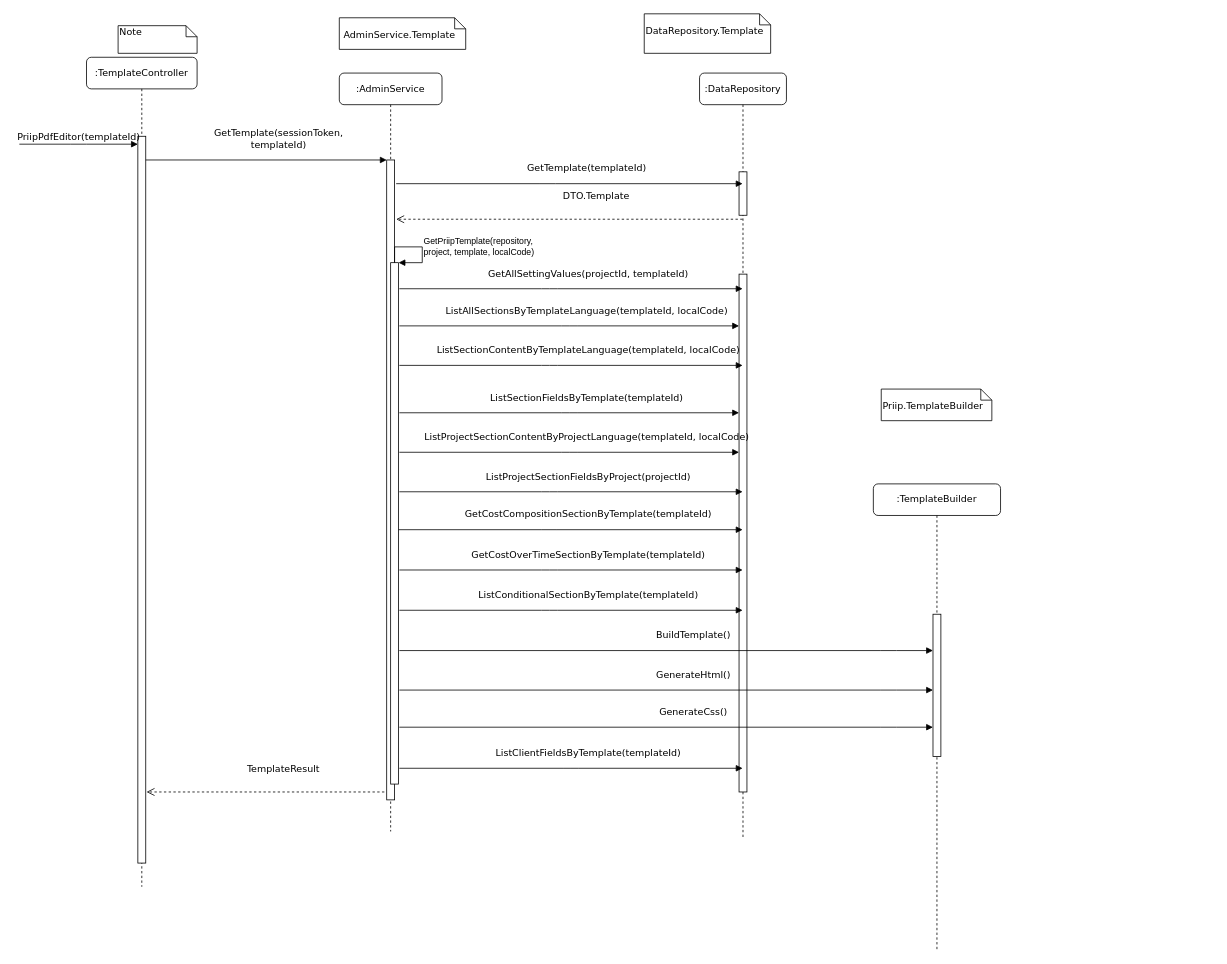
Earlier version of the draw.io diagram PriipTemplateEdit.drawio (Ajijulhoque/PlusDocDesigns). Source tidied: cells renumbered, new cells numbered last; positions are measured from the earlier drawing's top-left corner, leaving out a move shared by most shapes. Both pictures are drawn from the tidied source at 79%, with x=0, y=0 at pixel (19, 13).
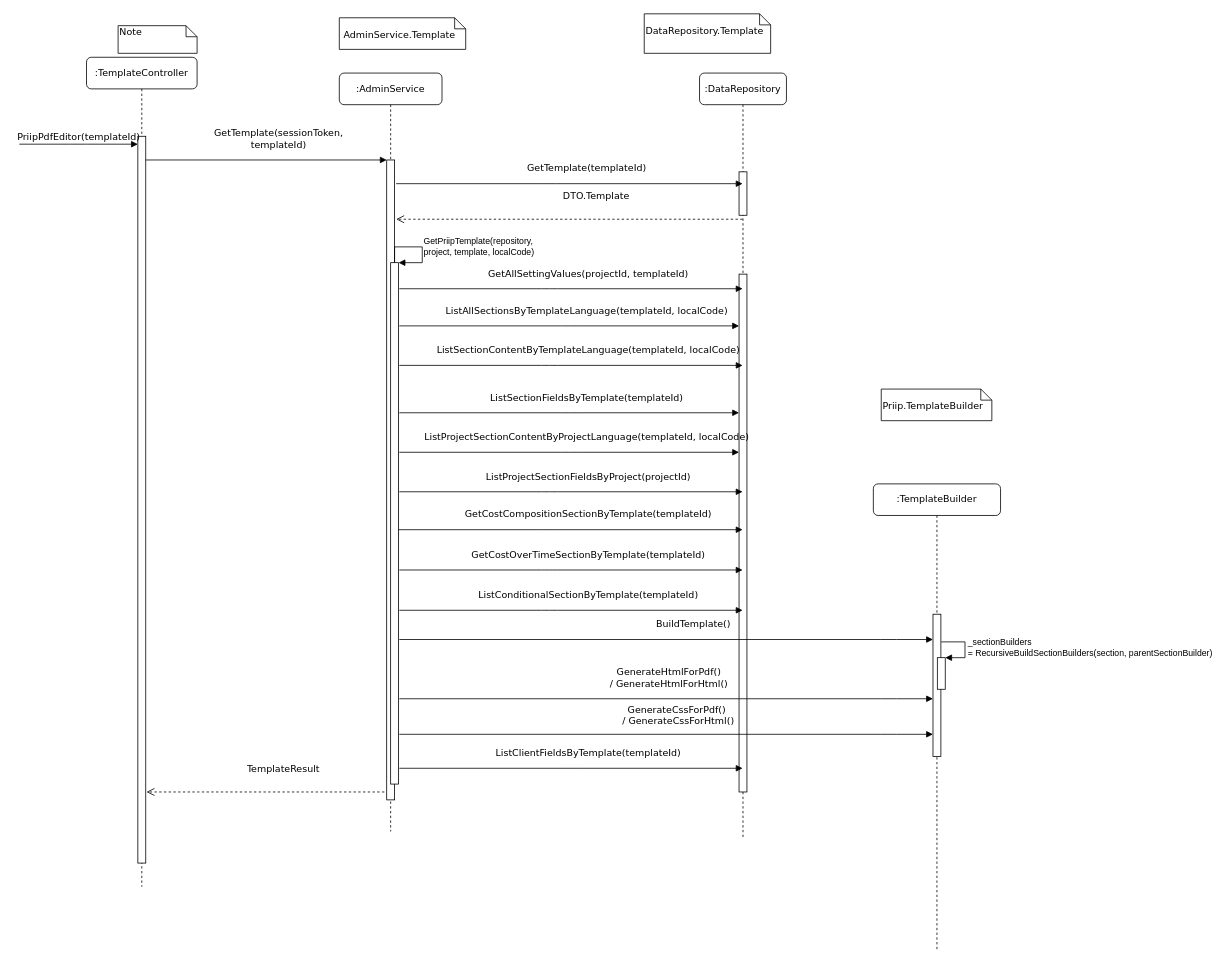
The same page after the edit.

Unchanged cells that the change refers to:
```xml
<mxCell id="12" value=":TemplateBuilder" style="shape=umlLifeline;perimeter=lifelinePerimeter;whiteSpace=wrap;html=1;rounded=1;shadow=0;comic=0;labelBackgroundColor=none;strokeWidth=1;fontFamily=Verdana;fontSize=12;align=center;" parent="1" vertex="1">
  <mxGeometry x="1081" y="595" width="161" height="590" as="geometry" />
</mxCell>
```

Change to the diagram source:
```diff
@@
     <mxCell id="14" value="BuildTemplate()&lt;br&gt;" style="html=1;verticalAlign=bottom;endArrow=block;labelBackgroundColor=none;fontFamily=Verdana;fontSize=12;edgeStyle=elbowEdgeStyle;elbow=vertical;" parent="12" edge="1">
       <mxGeometry x="0.1" y="10" relative="1" as="geometry">
-        <mxPoint x="-600" y="211" as="sourcePoint" />
-        <mxPoint x="75.5" y="211" as="targetPoint" />
+        <mxPoint x="-600" y="197" as="sourcePoint" />
+        <mxPoint x="75.5" y="197" as="targetPoint" />
         <Array as="points">
-          <mxPoint x="19.5" y="211" />
+          <mxPoint x="19.5" y="197" />
         </Array>
       </mxGeometry>
     </mxCell>
+    <mxCell id="35" style="html=1;points=[];perimeter=orthogonalPerimeter;" parent="12" vertex="1">
+      <mxGeometry x="81" y="220" width="10" height="40" as="geometry" />
+    </mxCell>
+    <mxCell id="36" value="_sectionBuilders &lt;br&gt;= RecursiveBuildSectionBuilders(section, parentSectionBuilder)" style="edgeStyle=orthogonalEdgeStyle;html=1;align=left;spacingLeft=2;endArrow=block;rounded=0;entryX=1;entryY=0;" parent="12" edge="1" target="35">
+      <mxGeometry relative="1" as="geometry">
+        <mxPoint x="86" y="200" as="sourcePoint" />
+        <Array as="points">
+          <mxPoint x="116" y="200" />
+        </Array>
+      </mxGeometry>
+    </mxCell>
@@
-    <mxCell id="31" value="GenerateHtml()" style="html=1;verticalAlign=bottom;endArrow=block;labelBackgroundColor=none;fontFamily=Verdana;fontSize=12;edgeStyle=elbowEdgeStyle;elbow=vertical;" parent="1" edge="1">
-      <mxGeometry x="0.1" y="10" relative="1" as="geometry">
-        <mxPoint x="481" y="856" as="sourcePoint" />
-        <mxPoint x="1156.5" y="856" as="targetPoint" />
+    <mxCell id="31" value="GenerateHtmlForPdf()&lt;br&gt;&amp;nbsp;/&amp;nbsp;GenerateHtmlForHtml()&amp;nbsp;" style="html=1;verticalAlign=bottom;endArrow=block;labelBackgroundColor=none;fontFamily=Verdana;fontSize=12;edgeStyle=elbowEdgeStyle;elbow=vertical;" parent="1" edge="1">
+      <mxGeometry x="0.01" y="10" relative="1" as="geometry">
+        <mxPoint x="481" y="867" as="sourcePoint" />
+        <mxPoint x="1156.5" y="867" as="targetPoint" />
         <Array as="points">
-          <mxPoint x="1100.5" y="856" />
+          <mxPoint x="1100.5" y="867" />
         </Array>
       </mxGeometry>
     </mxCell>
-    <mxCell id="32" value="GenerateCss()" style="html=1;verticalAlign=bottom;endArrow=block;labelBackgroundColor=none;fontFamily=Verdana;fontSize=12;edgeStyle=elbowEdgeStyle;elbow=vertical;" parent="1" edge="1">
-      <mxGeometry x="0.1" y="10" relative="1" as="geometry">
-        <mxPoint x="481" y="903" as="sourcePoint" />
-        <mxPoint x="1156.5" y="903" as="targetPoint" />
+    <mxCell id="32" value="GenerateCssForPdf()&lt;br&gt;&amp;nbsp;/&amp;nbsp;GenerateCssForHtml()" style="html=1;verticalAlign=bottom;endArrow=block;labelBackgroundColor=none;fontFamily=Verdana;fontSize=12;edgeStyle=elbowEdgeStyle;elbow=vertical;" parent="1" edge="1">
+      <mxGeometry x="0.04" y="7" relative="1" as="geometry">
+        <mxPoint x="481" y="912" as="sourcePoint" />
+        <mxPoint x="1156.5" y="912" as="targetPoint" />
         <Array as="points">
-          <mxPoint x="1100.5" y="903" />
+          <mxPoint x="1100.5" y="912" />
         </Array>
       </mxGeometry>
     </mxCell>
```
